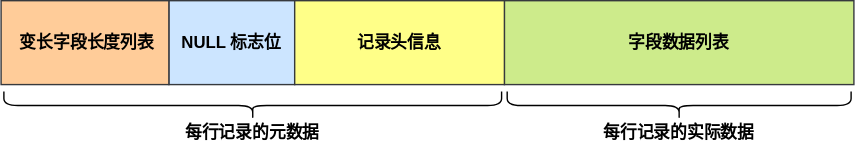
Before: img/紧凑型行格式.drawio.svg, a diagram exported from draw.io (JaxonZen/image-host). Source tidied: cells renumbered, new cells last; positions are measured from the earlier drawing's top-left corner, leaving out a move shared by most shapes.
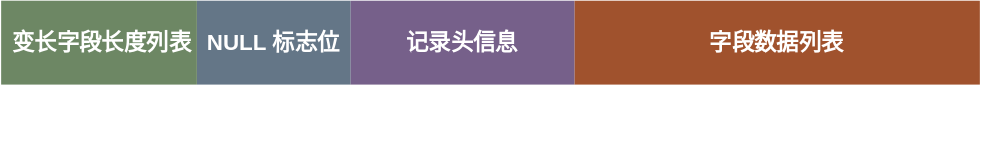
Above is the later version.

Commit message:
已添加 紧凑型行格式.drawio.svg

Diff of the diagram source:
```diff
@@ -1,24 +1,24 @@
-<mxGraphModel background="#ffffff">
+<mxGraphModel background="#363B40">
   <root>
     <mxCell id="0" />
     <mxCell id="1" parent="0" />
-    <mxCell id="2" value="NULL 标志位" style="rounded=0;whiteSpace=wrap;html=1;fillColor=#cce5ff;strokeColor=#36393d;fontStyle=1;fontColor=#000000;" parent="1" vertex="1">
-      <mxGeometry x="120" width="90" height="60" as="geometry" />
+    <mxCell id="2" value="NULL 标志位" style="rounded=0;whiteSpace=wrap;html=1;fillColor=#647687;strokeColor=none;fontStyle=1;fontColor=#ffffff;fontSize=16;" parent="1" vertex="1">
+      <mxGeometry x="95" y="6" width="110" height="60" as="geometry" />
     </mxCell>
-    <mxCell id="3" value="&amp;nbsp;变长字段长度列表" style="rounded=0;whiteSpace=wrap;html=1;fillColor=#ffcc99;strokeColor=#36393d;fontStyle=1;fontColor=#000000;" parent="1" vertex="1">
-      <mxGeometry width="120" height="60" as="geometry" />
+    <mxCell id="3" value="&amp;nbsp;变长字段长度列表" style="rounded=0;whiteSpace=wrap;html=1;fillColor=#6d8764;strokeColor=none;fontStyle=1;fontColor=#ffffff;fontSize=16;" parent="1" vertex="1">
+      <mxGeometry x="-45" y="6" width="140" height="60" as="geometry" />
     </mxCell>
-    <mxCell id="4" value="字段数据列表" style="rounded=0;whiteSpace=wrap;html=1;fontStyle=1;fillColor=#cdeb8b;strokeColor=#36393d;fontColor=#000000;" parent="1" vertex="1">
-      <mxGeometry x="360" width="250" height="60" as="geometry" />
+    <mxCell id="4" value="字段数据列表" style="rounded=0;whiteSpace=wrap;html=1;fontStyle=1;fillColor=#a0522d;strokeColor=none;fontColor=#ffffff;fontSize=16;" parent="1" vertex="1">
+      <mxGeometry x="365" y="6" width="290" height="60" as="geometry" />
     </mxCell>
-    <mxCell id="5" value="记录头信息" style="rounded=0;whiteSpace=wrap;html=1;fontStyle=1;fillColor=#ffff88;strokeColor=#36393d;fontColor=#000000;" parent="1" vertex="1">
-      <mxGeometry x="210" width="150" height="60" as="geometry" />
+    <mxCell id="5" value="记录头信息" style="rounded=0;whiteSpace=wrap;html=1;fontStyle=1;fillColor=#76608a;strokeColor=none;fontColor=#ffffff;fontSize=16;" parent="1" vertex="1">
+      <mxGeometry x="205" y="6" width="160" height="60" as="geometry" />
     </mxCell>
-    <mxCell id="6" value="每行记录的元数据" style="shape=curlyBracket;whiteSpace=wrap;html=1;rounded=1;shadow=0;labelBackgroundColor=none;fontColor=#000000;strokeColor=#000000;strokeWidth=1;fillColor=none;gradientColor=none;direction=north;perimeterSpacing=0;verticalAlign=top;spacing=0;spacingTop=18;fontStyle=1;" parent="1" vertex="1">
-      <mxGeometry x="2" y="65" width="356" height="20" as="geometry" />
+    <mxCell id="6" value="每行记录的元数据" style="shape=curlyBracket;whiteSpace=wrap;html=1;rounded=1;shadow=0;labelBackgroundColor=none;fontColor=#FFFFFF;strokeColor=#FFFFFF;strokeWidth=1;fillColor=none;gradientColor=none;direction=north;perimeterSpacing=0;verticalAlign=top;spacing=0;spacingTop=18;fontStyle=1;fontSize=16;" parent="1" vertex="1">
+      <mxGeometry x="-43" y="71" width="406" height="20" as="geometry" />
     </mxCell>
-    <mxCell id="7" value="每行记录的实际数据" style="shape=curlyBracket;whiteSpace=wrap;html=1;rounded=1;shadow=0;labelBackgroundColor=none;fontColor=#000000;strokeColor=#000000;strokeWidth=1;fillColor=none;gradientColor=none;direction=north;perimeterSpacing=0;verticalAlign=top;fontStyle=1;spacing=0;spacingTop=18;" parent="1" vertex="1">
-      <mxGeometry x="362" y="65" width="246" height="20" as="geometry" />
+    <mxCell id="7" value="每行记录的实际数据" style="shape=curlyBracket;whiteSpace=wrap;html=1;rounded=1;shadow=0;labelBackgroundColor=none;fontColor=#FFFFFF;strokeColor=#FFFFFF;strokeWidth=1;fillColor=none;gradientColor=none;direction=north;perimeterSpacing=0;verticalAlign=top;fontStyle=1;spacing=0;spacingTop=18;fontSize=16;" parent="1" vertex="1">
+      <mxGeometry x="367" y="71" width="286" height="20" as="geometry" />
     </mxCell>
   </root>
 </mxGraphModel>
```
